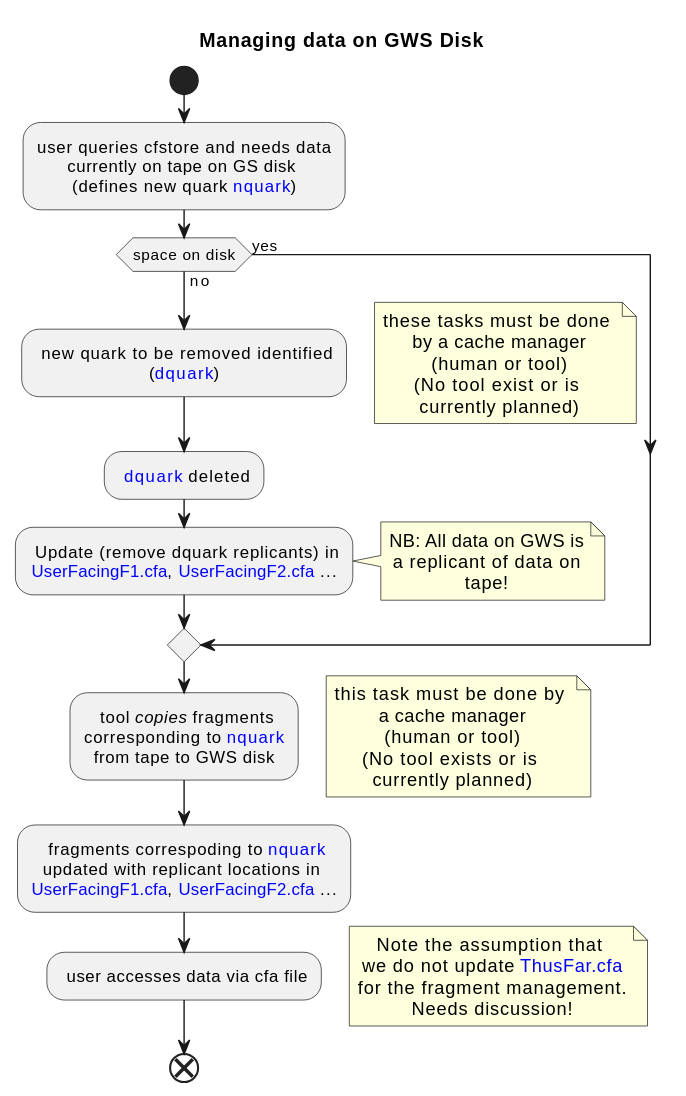
The PlantUML diagram cfstore/docs/source/uml/workflow-1.svg in NCAS-CMS/cfstore, before a commit.
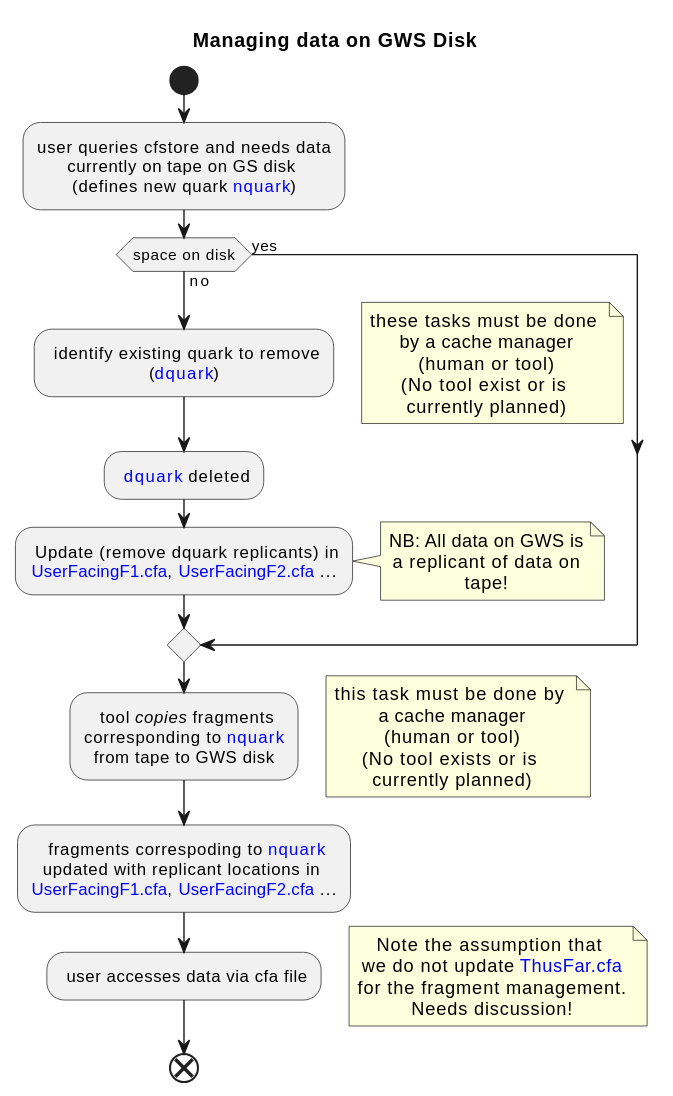
The same file after the commit.

Commit message:
uml clarity

Diff of the diagram source:
```diff
@@ -8,7 +8,7 @@
 if (space on disk) then (yes)
 
 else (no)
-: new quark to be removed identified
+: identify existing quark to remove
 (<color:blue>dquark</color>);
 floating note right
 these tasks must be done
```
